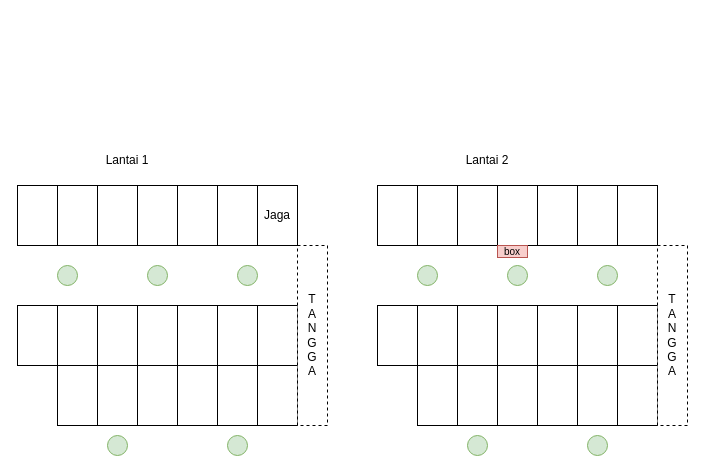
The draw.io diagram page "Site 3" (3 of 3) of Mapping & Topologi Kos Bu Nia.drawio in hnkzf/topologi-site, before the edit. Source tidied: cells renumbered, new cells numbered last; positions are measured from the earlier drawing's top-left corner, leaving out a move shared by most shapes. Both pictures are drawn from the tidied source at 100%, with x=0, y=0 at pixel (17, 145).
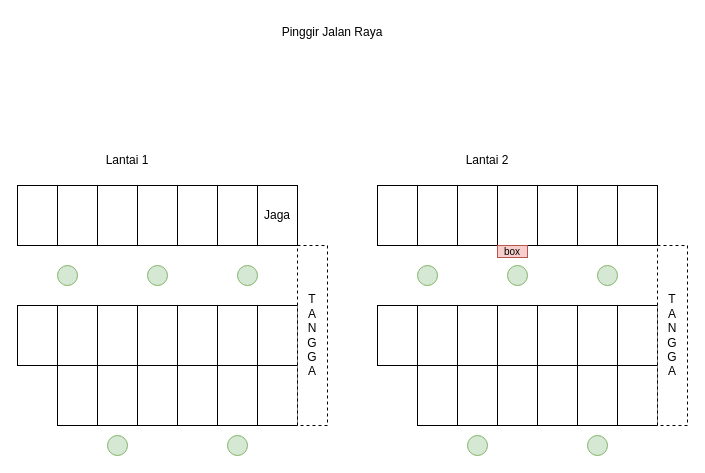
The same page after the edit.

The edit, as a diff of the source:
```diff
@@
+    <mxCell id="57" value="Pinggir Jalan Raya" style="text;html=1;whiteSpace=wrap;strokeColor=none;fillColor=none;align=center;verticalAlign=middle;rounded=0;" parent="1" vertex="1">
+      <mxGeometry x="260" y="-128" width="110" height="30" as="geometry" />
+    </mxCell>
```
